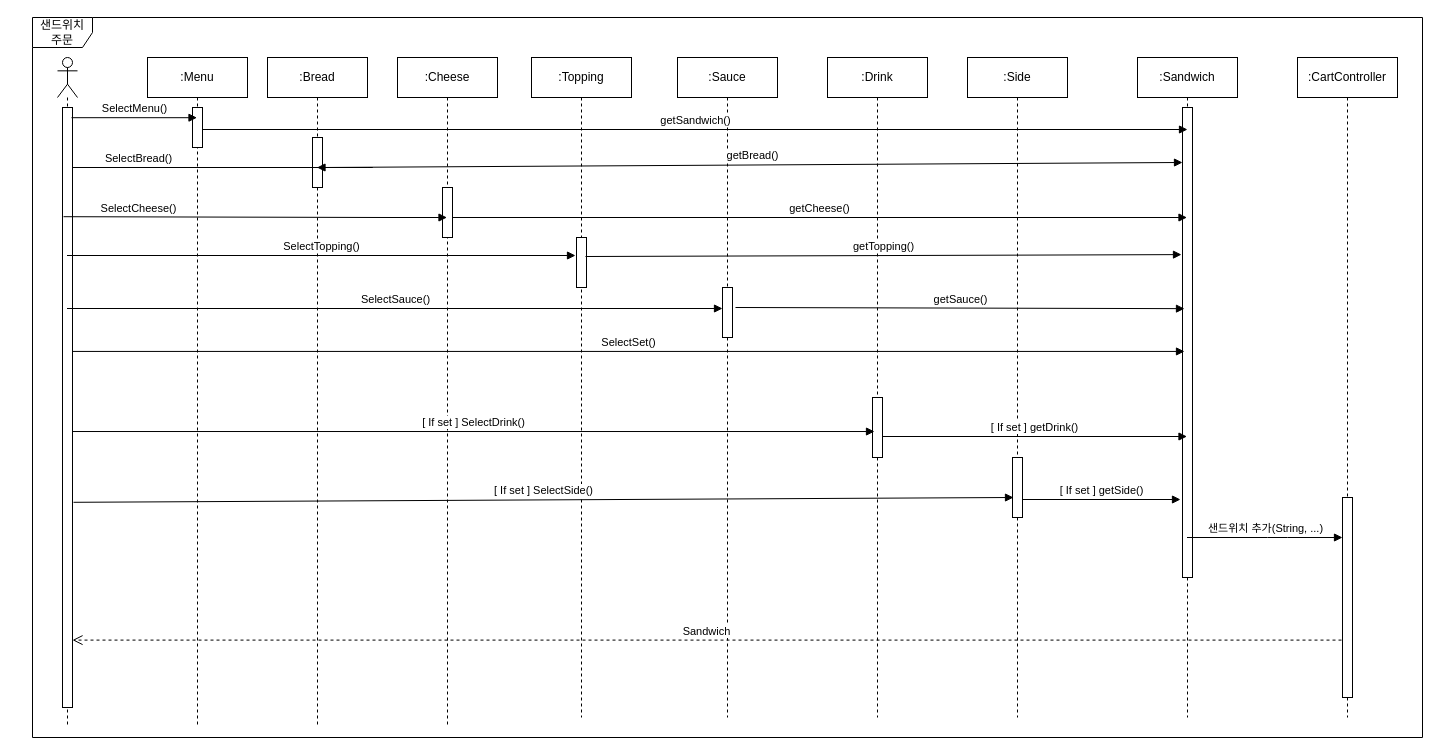
This is 상세명세서/Behavioral Model/sequence diagram/selece menu.drawio from distroytest/KNUSD-20202-Team05, a draw.io file, before an edit. Source tidied: cells renumbered, new cells numbered last; positions are measured from the earlier drawing's top-left corner, leaving out a move shared by most shapes. Both pictures are drawn from the tidied source at 100%, with x=0, y=0 at pixel (32, 17).
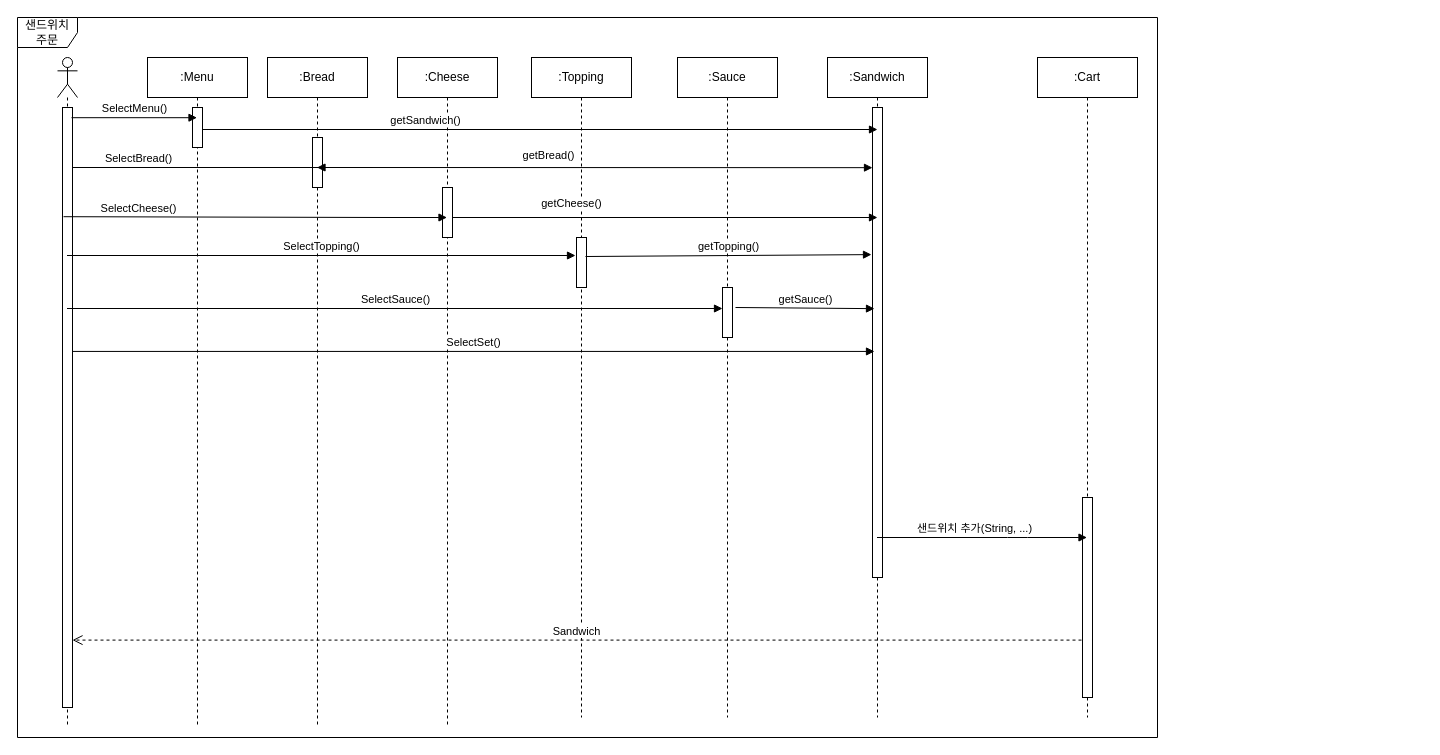
Above is the later version.

The change refers to these unchanged cells:
```xml
<mxCell id="3" style="html=1;points=[];perimeter=orthogonalPerimeter;" parent="2" vertex="1">
  <mxGeometry x="5" y="50" width="10" height="600" as="geometry" />
</mxCell>
<mxCell id="6" style="html=1;points=[];perimeter=orthogonalPerimeter;" parent="5" vertex="1">
  <mxGeometry x="45" y="130" width="10" height="50" as="geometry" />
</mxCell>
<mxCell id="16" style="html=1;points=[];perimeter=orthogonalPerimeter;" parent="15" vertex="1">
  <mxGeometry x="45" y="440" width="10" height="200" as="geometry" />
</mxCell>
<mxCell id="17" style="html=1;points=[];perimeter=orthogonalPerimeter;" parent="1" vertex="1">
  <mxGeometry x="280" y="120" width="10" height="50" as="geometry" />
</mxCell>
<mxCell id="19" style="html=1;points=[];perimeter=orthogonalPerimeter;" parent="1" vertex="1">
  <mxGeometry x="160" y="90" width="10" height="40" as="geometry" />
</mxCell>
<mxCell id="21" style="html=1;points=[];perimeter=orthogonalPerimeter;" parent="20" vertex="1">
  <mxGeometry x="45" y="50" width="10" height="470" as="geometry" />
</mxCell>
```

Change to the diagram source:
```diff
@@
-    <mxCell id="11" value=":Drink" style="shape=umlLifeline;perimeter=lifelinePerimeter;whiteSpace=wrap;html=1;" parent="1" vertex="1">
-      <mxGeometry x="795" y="40" width="100" height="660" as="geometry" />
-    </mxCell>
-    <mxCell id="12" style="html=1;points=[];perimeter=orthogonalPerimeter;" parent="11" vertex="1">
-      <mxGeometry x="45" y="340" width="10" height="60" as="geometry" />
-    </mxCell>
-    <mxCell id="13" value=":Side" style="shape=umlLifeline;perimeter=lifelinePerimeter;whiteSpace=wrap;html=1;" parent="1" vertex="1">
-      <mxGeometry x="935" y="40" width="100" height="660" as="geometry" />
-    </mxCell>
-    <mxCell id="14" style="html=1;points=[];perimeter=orthogonalPerimeter;" parent="13" vertex="1">
-      <mxGeometry x="45" y="400" width="10" height="60" as="geometry" />
-    </mxCell>
-    <mxCell id="15" value=":CartController" style="shape=umlLifeline;perimeter=lifelinePerimeter;whiteSpace=wrap;html=1;outlineConnect=0;" parent="1" vertex="1">
-      <mxGeometry x="1265" y="40" width="100" height="660" as="geometry" />
+    <mxCell id="15" value=":Cart" style="shape=umlLifeline;perimeter=lifelinePerimeter;whiteSpace=wrap;html=1;outlineConnect=0;" parent="1" vertex="1">
+      <mxGeometry x="1005" y="40" width="100" height="660" as="geometry" />
     </mxCell>
@@
     <mxCell id="20" value=":Sandwich" style="shape=umlLifeline;perimeter=lifelinePerimeter;whiteSpace=wrap;html=1;outlineConnect=0;" parent="1" vertex="1">
-      <mxGeometry x="1105" y="40" width="100" height="660" as="geometry" />
+      <mxGeometry x="795" y="40" width="100" height="660" as="geometry" />
     </mxCell>
@@
     <mxCell id="22" value="getSandwich()" style="html=1;verticalAlign=bottom;endArrow=block;exitX=1;exitY=0.55;exitDx=0;exitDy=0;exitPerimeter=0;" parent="1" edge="1" source="19">
-      <mxGeometry relative="1" as="geometry">
-        <mxPoint x="1155" y="112" as="targetPoint" />
+      <mxGeometry x="-0.34" relative="1" as="geometry">
+        <mxPoint x="845" y="112" as="targetPoint" />
       </mxGeometry>
     </mxCell>
@@
-    <mxCell id="24" value="getBread()" style="html=1;verticalAlign=bottom;endArrow=block;exitX=1;exitY=0.6;exitDx=0;exitDy=0;exitPerimeter=0;entryX=0;entryY=0.117;entryDx=0;entryDy=0;entryPerimeter=0;" parent="1" edge="1" source="17" target="21">
-      <mxGeometry relative="1" as="geometry" />
+    <mxCell id="24" value="getBread()" style="html=1;verticalAlign=bottom;endArrow=block;exitX=1;exitY=0.6;exitDx=0;exitDy=0;exitPerimeter=0;entryX=0;entryY=0.128;entryDx=0;entryDy=0;entryPerimeter=0;" parent="1" edge="1" source="17" target="21">
+      <mxGeometry x="-0.18" y="3" relative="1" as="geometry" />
     </mxCell>
@@
-    <mxCell id="26" value="getCheese()" style="html=1;verticalAlign=bottom;endArrow=block;exitX=1;exitY=0.6;exitDx=0;exitDy=0;exitPerimeter=0;" parent="1" edge="1" source="6" target="20">
-      <mxGeometry relative="1" as="geometry">
-        <Array as="points">
-          <mxPoint x="1000.5" y="200" />
-        </Array>
+    <mxCell id="26" value="getCheese()" style="html=1;verticalAlign=bottom;endArrow=block;exitX=1;exitY=0.6;exitDx=0;exitDy=0;exitPerimeter=0;" parent="1" edge="1" source="6">
+      <mxGeometry x="-0.44" y="5" relative="1" as="geometry">
+        <mxPoint x="845" y="200" as="targetPoint" />
       </mxGeometry>
     </mxCell>
@@
-    <mxCell id="33" value="[ If set ] SelectDrink()" style="html=1;verticalAlign=bottom;endArrow=block;entryX=0.2;entryY=0.567;entryDx=0;entryDy=0;entryPerimeter=0;" parent="1" edge="1" source="3" target="12">
-      <mxGeometry relative="1" as="geometry" />
-    </mxCell>
-    <mxCell id="34" value="[ If set ] getDrink()" style="html=1;verticalAlign=bottom;endArrow=block;exitX=1;exitY=0.65;exitDx=0;exitDy=0;exitPerimeter=0;" parent="1" edge="1" source="12" target="20">
-      <mxGeometry relative="1" as="geometry" />
-    </mxCell>
-    <mxCell id="35" value="[ If set ] SelectSide()" style="html=1;verticalAlign=bottom;endArrow=block;exitX=1.1;exitY=0.658;exitDx=0;exitDy=0;exitPerimeter=0;" parent="1" edge="1" source="3">
-      <mxGeometry relative="1" as="geometry">
-        <mxPoint x="981" y="480" as="targetPoint" />
-      </mxGeometry>
-    </mxCell>
-    <mxCell id="36" value="[ If set ] getSide()" style="html=1;verticalAlign=bottom;endArrow=block;exitX=1;exitY=0.7;exitDx=0;exitDy=0;exitPerimeter=0;" parent="1" edge="1" source="14">
-      <mxGeometry relative="1" as="geometry">
-        <mxPoint x="1148" y="482" as="targetPoint" />
-      </mxGeometry>
-    </mxCell>
-    <mxCell id="37" value="샌드위치 추가(String, ...)" style="html=1;verticalAlign=bottom;endArrow=block;" parent="1" edge="1" source="20" target="16">
-      <mxGeometry relative="1" as="geometry">
+    <mxCell id="37" value="샌드위치 추가(String, ...)" style="html=1;verticalAlign=bottom;endArrow=block;" parent="1" edge="1" source="20" target="15">
+      <mxGeometry x="-0.08" relative="1" as="geometry">
         <Array as="points">
-          <mxPoint x="1245" y="520" />
+          <mxPoint x="985" y="520" />
         </Array>
       </mxGeometry>
     </mxCell>
@@
     <mxCell id="39" value="샌드위치 주문" style="shape=umlFrame;whiteSpace=wrap;html=1;" parent="1" vertex="1">
-      <mxGeometry width="1390" height="720" as="geometry" />
+      <mxGeometry x="-15" width="1140" height="720" as="geometry" />
     </mxCell>
```
